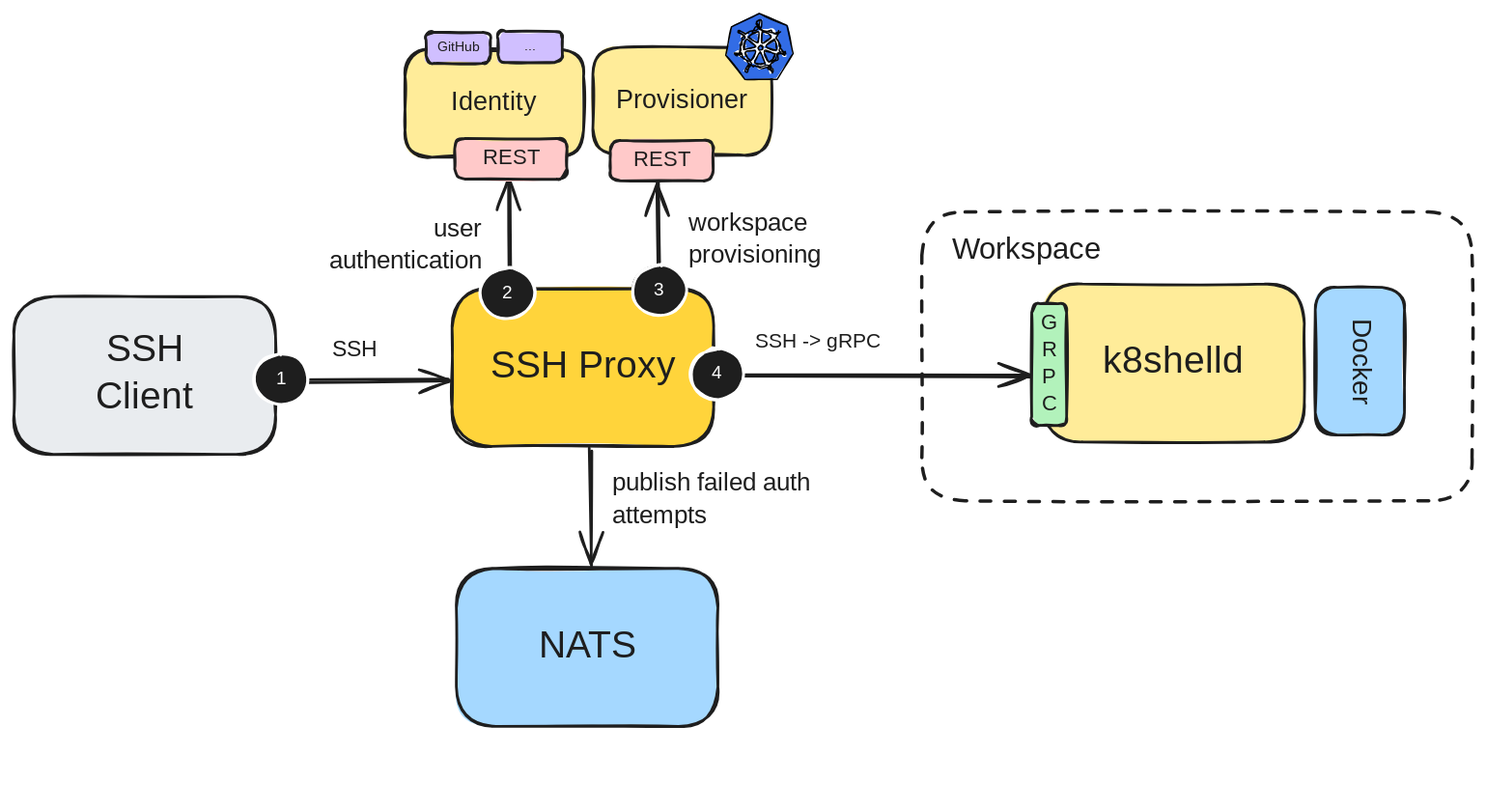
This is static/img/diagrams/ssh-architecture.excalidraw.svg from k8shell-io/docs, a Excalidraw export, as it was before one commit. Source tidied: one line per element, renumbered; positions are measured from the earlier drawing's top-left corner, leaving out a move shared by most shapes.
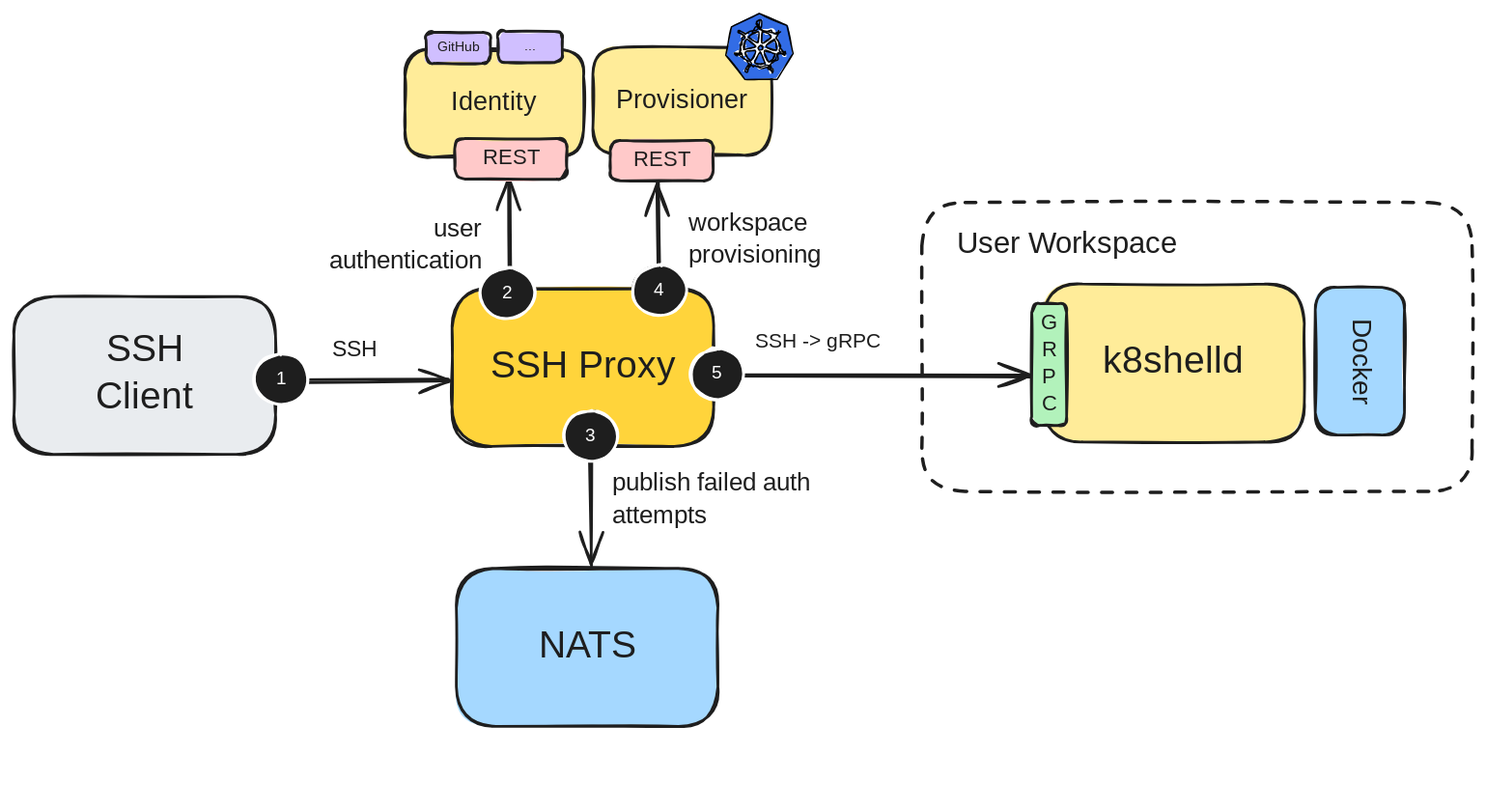
After the change.

The edit, as a diff of the source:
```diff
@@ -36,8 +36,8 @@
 {"id": 35, "type": "text", "text": "user\nauthentication", "strokeColor": "#1e1e1e", "backgroundColor": "#ffd43b", "fillStyle": "solid", "strokeWidth": 2, "roughness": 1, "fontSize": 18.93, "fontFamily": 5, "textAlign": "right", "x": 212, "y": 148, "width": 135, "height": 47}
 {"id": 36, "type": "text", "text": "SSH", "strokeColor": "#1e1e1e", "backgroundColor": "#ffd43b", "fillStyle": "solid", "strokeWidth": 2, "roughness": 1, "fontSize": 16.69, "fontFamily": 5, "x": 235, "y": 239, "width": 30, "height": 21}
 {"id": 37, "type": "text", "text": "SSH -> gRPC", "strokeColor": "#1e1e1e", "backgroundColor": "#ffd43b", "fillStyle": "solid", "strokeWidth": 2, "roughness": 1, "fontSize": 15.28, "fontFamily": 5, "x": 549, "y": 234, "width": 95, "height": 19}
-{"id": 38, "type": "rectangle", "strokeColor": "#1e1e1e", "strokeWidth": 2, "strokeStyle": "dashed", "roughness": 1, "round": true, "x": 672, "y": 147, "width": 407, "height": 214}
+{"id": 38, "type": "rectangle", "strokeColor": "#1e1e1e", "strokeWidth": 2, "strokeStyle": "dashed", "roughness": 1, "round": true, "x": 672, "y": 140, "width": 407, "height": 214}
-{"id": 39, "type": "text", "text": "Workspace", "strokeColor": "#1e1e1e", "strokeWidth": 2, "strokeStyle": "dashed", "roughness": 1, "fontSize": 22.35, "fontFamily": 5, "x": 694, "y": 162, "width": 112, "height": 28}
+{"id": 39, "type": "text", "text": "User Workspace", "strokeColor": "#1e1e1e", "strokeWidth": 2, "strokeStyle": "dashed", "roughness": 1, "fontSize": 22.35, "fontFamily": 5, "x": 698, "y": 158, "width": 170, "height": 28}
 {"id": 40, "type": "rectangle", "strokeColor": "#1e1e1e", "backgroundColor": "#a5d8ff", "fillStyle": "solid", "strokeWidth": 2, "roughness": 1, "round": true, "x": 327, "y": 411, "width": 194, "height": 117}
 {"id": 41, "type": "text", "text": "NATS", "strokeColor": "#1e1e1e", "strokeWidth": 2, "roughness": 1, "fontSize": 28, "fontFamily": 5, "textAlign": "center", "verticalAlign": "middle", "inside": 40, "x": 389, "y": 452, "width": 70, "height": 35}
 {"id": 42, "type": "arrow", "strokeColor": "#1e1e1e", "backgroundColor": "#ffec99", "fillStyle": "solid", "strokeWidth": 2, "roughness": 1, "endArrowhead": "arrow", "round": true, "from": 4, "to": 40, "x": 426, "y": 323, "width": 0, "height": 85, "points": [[0, 0], [0, 85]]}
@@ -49,6 +49,8 @@
 {"id": 48, "type": "ellipse", "strokeColor": "#ffffff", "backgroundColor": "#1e1e1e", "fillStyle": "solid", "strokeWidth": 2, "roughness": 1, "round": true, "x": 345, "y": 188, "width": 40, "height": 38}
 {"id": 49, "type": "text", "text": "2", "strokeColor": "#ffffff", "backgroundColor": "#1e1e1e", "fillStyle": "solid", "strokeWidth": 2, "roughness": 1, "fontSize": 13.5, "fontFamily": 5, "textAlign": "center", "verticalAlign": "middle", "inside": 48, "x": 360, "y": 199, "width": 9, "height": 17}
 {"id": 50, "type": "ellipse", "strokeColor": "#ffffff", "backgroundColor": "#1e1e1e", "fillStyle": "solid", "strokeWidth": 2, "roughness": 1, "round": true, "x": 458, "y": 186, "width": 40, "height": 38}
-{"id": 51, "type": "text", "text": "3", "strokeColor": "#ffffff", "backgroundColor": "#1e1e1e", "fillStyle": "solid", "strokeWidth": 2, "roughness": 1, "fontSize": 13.5, "fontFamily": 5, "textAlign": "center", "verticalAlign": "middle", "inside": 50, "x": 473, "y": 197, "width": 8, "height": 17}
+{"id": 51, "type": "text", "text": "4", "strokeColor": "#ffffff", "backgroundColor": "#1e1e1e", "fillStyle": "solid", "strokeWidth": 2, "roughness": 1, "fontSize": 13.5, "fontFamily": 5, "textAlign": "center", "verticalAlign": "middle", "inside": 50, "x": 474, "y": 197, "width": 8, "height": 17}
 {"id": 52, "type": "ellipse", "strokeColor": "#ffffff", "backgroundColor": "#1e1e1e", "fillStyle": "solid", "strokeWidth": 2, "roughness": 1, "round": true, "x": 501, "y": 248, "width": 40, "height": 38}
-{"id": 53, "type": "text", "text": "4", "strokeColor": "#ffffff", "backgroundColor": "#1e1e1e", "fillStyle": "solid", "strokeWidth": 2, "roughness": 1, "fontSize": 13.5, "fontFamily": 5, "textAlign": "center", "verticalAlign": "middle", "inside": 52, "x": 517, "y": 259, "width": 8, "height": 17}
+{"id": 53, "type": "text", "text": "5", "strokeColor": "#ffffff", "backgroundColor": "#1e1e1e", "fillStyle": "solid", "strokeWidth": 2, "roughness": 1, "fontSize": 13.5, "fontFamily": 5, "textAlign": "center", "verticalAlign": "middle", "inside": 52, "x": 516, "y": 259, "width": 8, "height": 17}
+{"id": 54, "type": "ellipse", "strokeColor": "#ffffff", "backgroundColor": "#1e1e1e", "fillStyle": "solid", "strokeWidth": 2, "roughness": 1, "round": true, "x": 407, "y": 294, "width": 40, "height": 38}
+{"id": 55, "type": "text", "text": "3", "strokeColor": "#ffffff", "backgroundColor": "#1e1e1e", "fillStyle": "solid", "strokeWidth": 2, "roughness": 1, "fontSize": 13.5, "fontFamily": 5, "textAlign": "center", "verticalAlign": "middle", "inside": 54, "x": 423, "y": 305, "width": 8, "height": 17}
```
